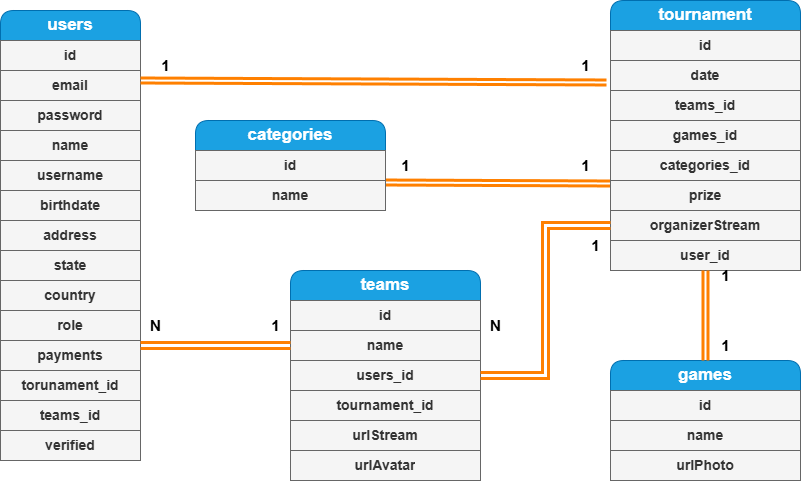
This is Diagrama Entidad Relaciones Game Stream Tournament.drawio.png from FabricioIrazoqui/DiagramaEntidad-GameStreamTorunament, a draw.io export, as it was before one commit. Source tidied: cells renumbered, new cells last; positions are measured from the earlier drawing's top-left corner, leaving out a move shared by most shapes.
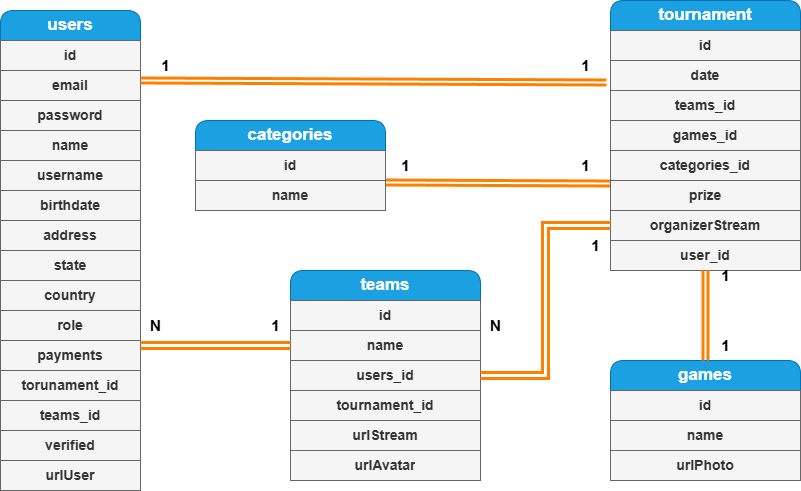
Above is the later version.

The edit, as a diff of the source:
```diff
@@ -3,7 +3,7 @@
     <mxCell id="0" />
     <mxCell id="1" parent="0" />
     <mxCell id="2" value="&lt;b&gt;&lt;font style=&quot;font-size: 17px;&quot;&gt;users&lt;/font&gt;&lt;/b&gt;" style="swimlane;fontStyle=0;horizontal=1;startSize=30;whiteSpace=wrap;html=1;glass=0;rounded=1;shadow=0;swimlaneLine=1;fillColor=#1ba1e2;strokeColor=#006EAF;fontColor=#ffffff;" parent="1" vertex="1">
-      <mxGeometry y="10" width="140" height="450" as="geometry" />
+      <mxGeometry y="10" width="140" height="480" as="geometry" />
     </mxCell>
     <mxCell id="3" value="id" style="text;strokeColor=#666666;fillColor=#f5f5f5;align=center;verticalAlign=middle;spacingLeft=4;spacingRight=4;overflow=hidden;whiteSpace=wrap;html=1;fontColor=#333333;fontStyle=1;fontSize=14;" parent="2" vertex="1">
       <mxGeometry y="30" width="140" height="30" as="geometry" />
@@ -47,6 +47,9 @@
     <mxCell id="16" value="verified" style="text;strokeColor=#666666;fillColor=#f5f5f5;align=center;verticalAlign=middle;spacingLeft=4;spacingRight=4;overflow=hidden;whiteSpace=wrap;html=1;fontColor=#333333;fontStyle=1;fontSize=14;" parent="2" vertex="1">
       <mxGeometry y="420" width="140" height="30" as="geometry" />
     </mxCell>
+    <mxCell id="55" value="urlUser" style="text;strokeColor=#666666;fillColor=#f5f5f5;align=center;verticalAlign=middle;spacingLeft=4;spacingRight=4;overflow=hidden;whiteSpace=wrap;html=1;fontColor=#333333;fontStyle=1;fontSize=14;" parent="2" vertex="1">
+      <mxGeometry y="450" width="140" height="30" as="geometry" />
+    </mxCell>
     <mxCell id="17" style="edgeStyle=none;shape=link;rounded=0;jettySize=auto;html=1;exitX=0;exitY=0.1;exitDx=0;exitDy=0;entryX=1;entryY=0.067;entryDx=0;entryDy=0;width=3;strokeColor=#FF8000;strokeWidth=3;entryPerimeter=0;exitPerimeter=0;" parent="1" edge="1" source="24" target="40">
       <mxGeometry relative="1" as="geometry" />
     </mxCell>
```
